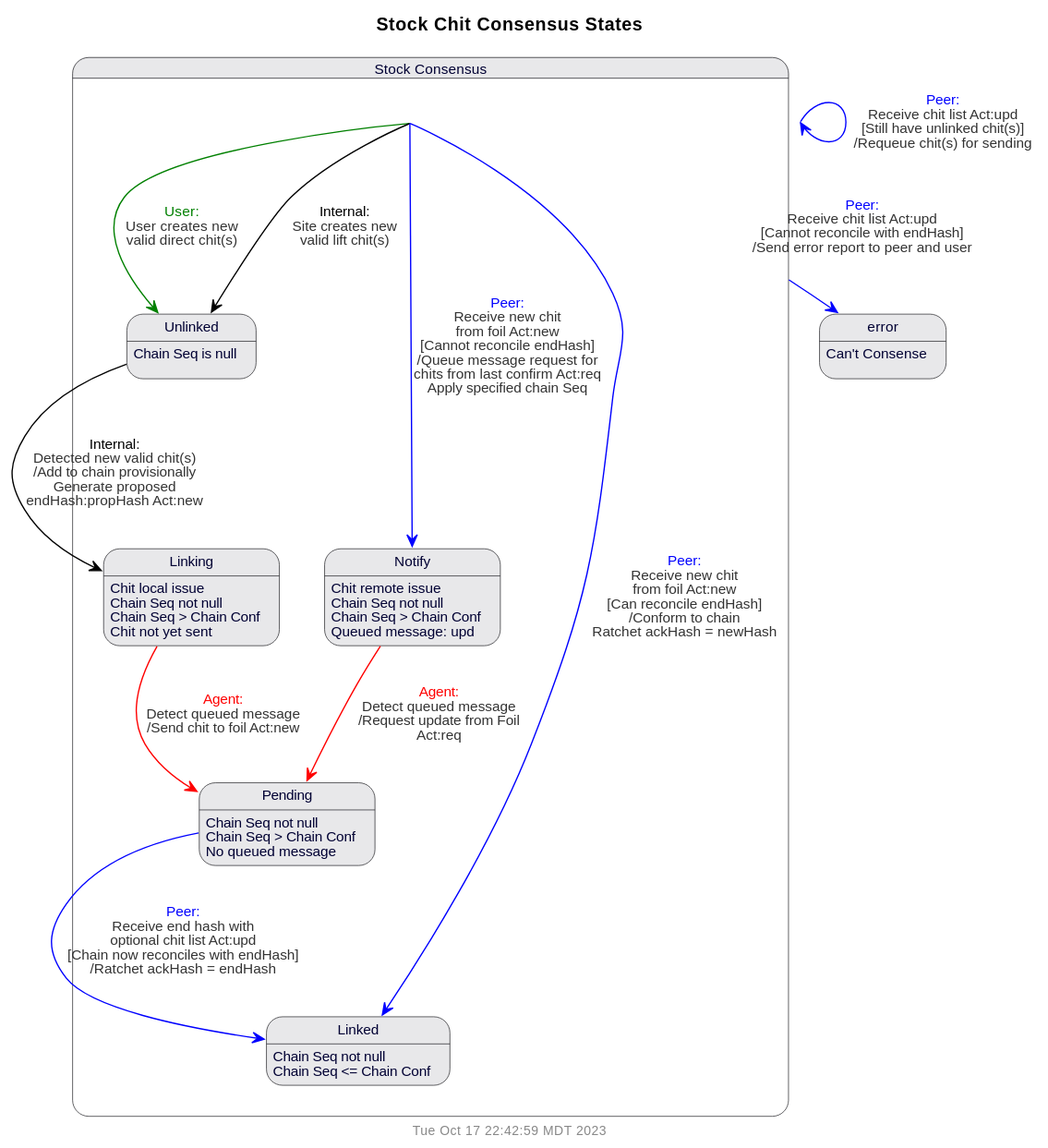
Before: doc/uml/state-cons.svg, a diagram exported from PlantUML (gotchoices/MyCHIPs).
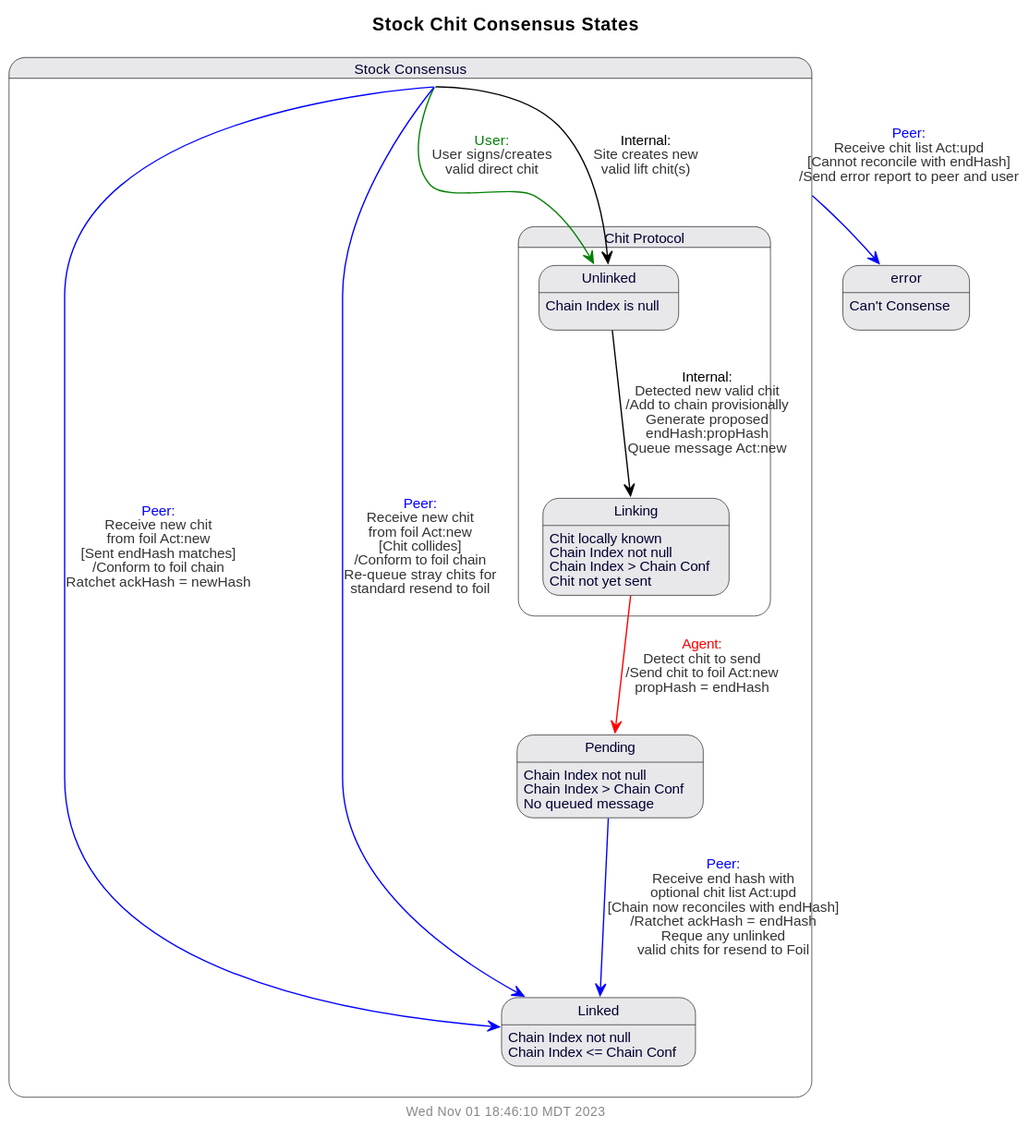
Above is the later version.

Diff of the diagram source:
```diff
@@ -3,41 +3,37 @@
 
 $title(Stock Chit Consensus States)
 state stock {
-  state "Unlinked" as unlinked
-  state "Linking" as linking
+  state "Chit Protocol" as chit {
+    state "Unlinked" as unlinked
+    state "Linking" as linking
+  }
   state "Pending" as pending
-  state "Notify" as notify
   state "Linked" as linked
 }
 state "Stock Consensus" as stock
 
 error: Can't Consense
-unlinked: Chain Seq is null
-linking: Chit local issue
-linking: Chain Seq not null
-linking: Chain Seq > Chain Conf
+unlinked: Chain Index is null
+linking: Chit locally known
+linking: Chain Index not null
+linking: Chain Index > Chain Conf
 linking: Chit not yet sent
-notify: Chit remote issue
-notify: Chain Seq not null
-notify: Chain Seq > Chain Conf
-notify: Queued message: upd
-pending: Chain Seq not null
-pending: Chain Seq > Chain Conf
+pending: Chain Index not null
+pending: Chain Index > Chain Conf
 pending: No queued message
-linked: Chain Seq not null
-linked: Chain Seq <= Chain Conf
+linked: Chain Index not null
+linked: Chain Index <= Chain Conf
 
-stock -[$user]-> unlinked: $trans($user, User creates new\nvalid direct chit(s),'')
+stock -[$user]-> unlinked: $trans($user, User signs/creates\nvalid direct chit,'')
 stock --> unlinked: $trans(Internal, Site creates new\nvalid lift chit(s),'')
-stock -[$peer]-> linked: $trans($peer,Receive new chit\nfrom foil Act:new,'Can reconcile endHash', 'Conform to chain\nRatchet ackHash = newHash')
-stock -[$peer]-> notify: $trans($peer,Receive new chit\nfrom foil Act:new,'Cannot reconcile endHash','Queue message request for\nchits from last confirm Act:req\nApply specified chain Seq')
+stock -[$peer]-> linked: $trans($peer,Receive new chit\nfrom foil Act:new,'Sent endHash matches', 'Conform to foil chain\nRatchet ackHash = newHash')
+stock -[$peer]-> linked: $trans($peer,Receive new chit\nfrom foil Act:new,'Chit collides','Conform to foil chain\nRe-queue stray chits for\nstandard resend to foil')
 
-unlinked --> linking: $trans(Internal,Detected new valid chit(s),'','Add to chain provisionally\nGenerate proposed\nendHash:propHash Act:new')
-linking -[$db]-> pending: $trans($db,Detect queued message,'','Send chit to foil Act:new')
+unlinked --> linking: $trans(Internal,Detected new valid chit,'','Add to chain provisionally\nGenerate proposed\nendHash:propHash\nQueue message Act:new')
+linking -[$db]-> pending: $trans($db,Detect chit to send,'','Send chit to foil Act:new\npropHash = endHash')
 
-notify -[$db]-> pending: $trans($db,Detect queued message,'','Request update from Foil\nAct:req')
-pending -[$peer]-> linked: $trans($peer,Receive end hash with\noptional chit list Act:upd,'Chain now reconciles with endHash', 'Ratchet ackHash = endHash')
+pending -[$peer]-> linked: $trans($peer,Receive end hash with\noptional chit list Act:upd,'Chain now reconciles with endHash', 'Ratchet ackHash = endHash\nReque any unlinked\nvalid chits for resend to Foil')
+
 
 stock -[$peer]-> error: $trans($peer,Receive chit list Act:upd,'Cannot reconcile with endHash', 'Send error report to peer and user')
-stock -[$peer]-> stock: $trans($peer,Receive chit list Act:upd,'Still have unlinked chit(s)', 'Requeue chit(s) for sending')
 @enduml
```
